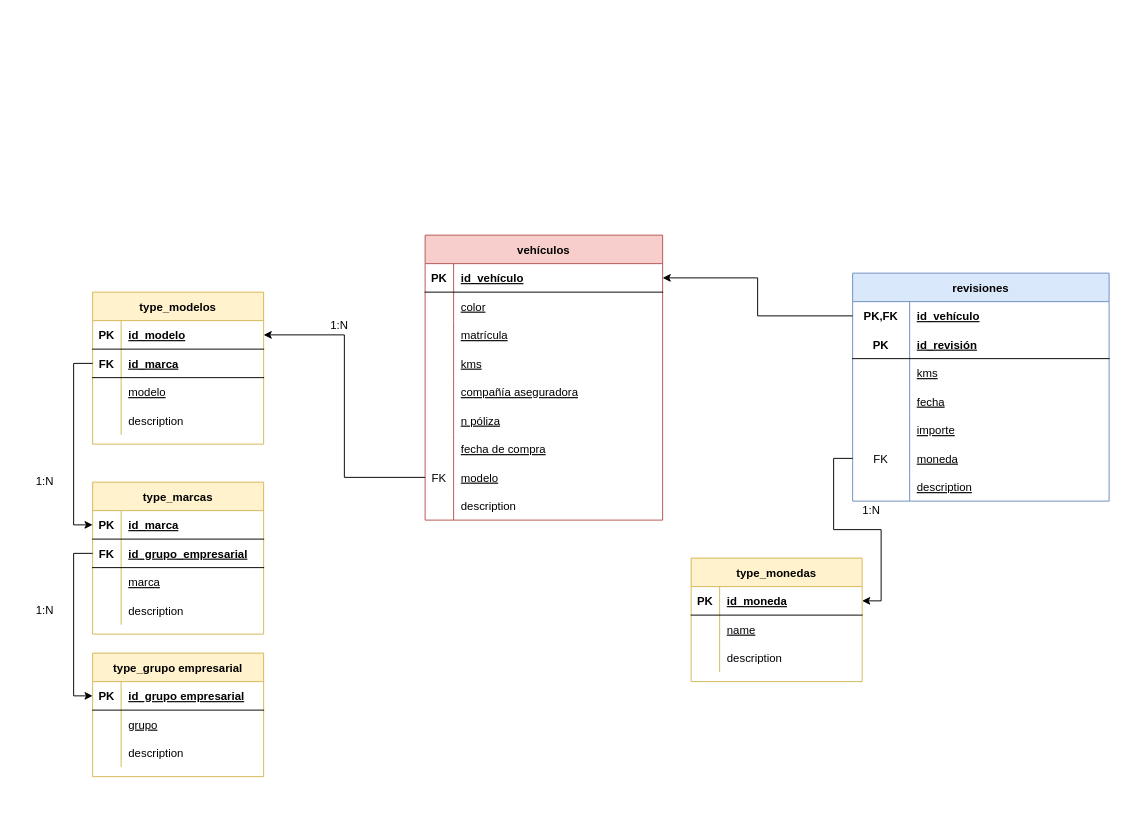
OlgaMarinC/BD---SQL keeps this draw.io diagram as OlgaMarin.drawio. Above is the earlier version. Source tidied: cells renumbered, new cells numbered last; positions are measured from the earlier drawing's top-left corner, leaving out a move shared by most shapes. Both pictures are drawn from the tidied source at 95%, with x=0, y=0 at pixel (16, 235).
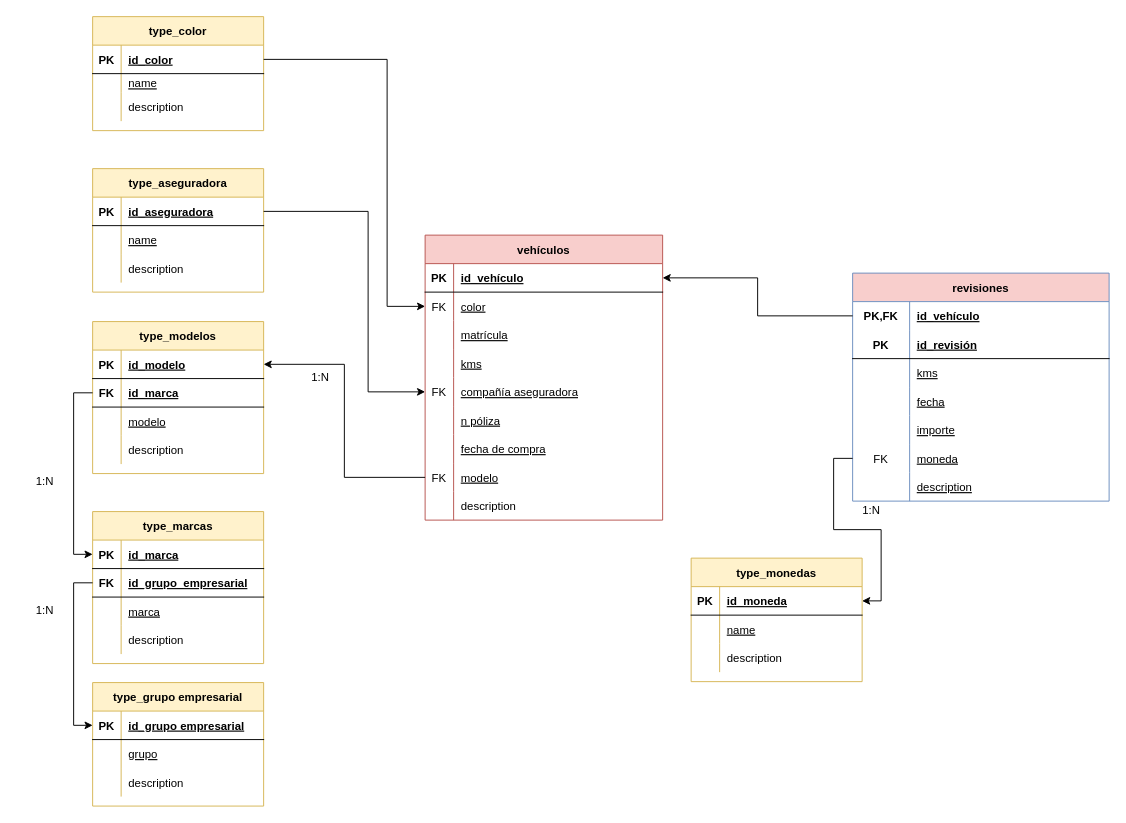
Above is the later version.

Unchanged cells that the change refers to:
```xml
<mxCell id="6" style="shape=partialRectangle;fillColor=none;points=[[0,0.5],[1,0.5]];portConstraint=eastwest;top=0;left=0;right=0;bottom=0;" parent="2" vertex="1">
  <mxGeometry y="60" width="250" height="30" as="geometry" />
</mxCell>
<mxCell id="15" style="shape=partialRectangle;fillColor=none;points=[[0,0.5],[1,0.5]];portConstraint=eastwest;top=0;left=0;right=0;bottom=0;" parent="2" vertex="1">
  <mxGeometry y="150" width="250" height="30" as="geometry" />
</mxCell>
<mxCell id="46" style="shape=tableRow;horizontal=0;startSize=0;swimlaneHead=0;swimlaneBody=0;fillColor=none;points=[[0,0.5],[1,0.5]];portConstraint=eastwest;top=0;left=0;right=0;bottom=1;" parent="45" vertex="1">
  <mxGeometry y="30" width="180" height="30" as="geometry" />
</mxCell>
```

What changed in the source:
```diff
@@
-    <mxCell id="7" style="shape=partialRectangle;overflow=hidden;fillColor=none;top=0;left=0;bottom=0;right=0;" parent="6" vertex="1">
+    <mxCell id="7" value="FK" style="shape=partialRectangle;overflow=hidden;fillColor=none;top=0;left=0;bottom=0;right=0;" parent="6" vertex="1">
       <mxGeometry width="30" height="30" as="geometry" />
     </mxCell>
@@
-    <mxCell id="16" style="shape=partialRectangle;overflow=hidden;fillColor=none;top=0;left=0;bottom=0;right=0;" parent="15" vertex="1">
+    <mxCell id="16" value="FK" style="shape=partialRectangle;overflow=hidden;fillColor=none;top=0;left=0;bottom=0;right=0;" parent="15" vertex="1">
       <mxGeometry width="30" height="30" as="geometry" />
     </mxCell>
@@
     <mxCell id="30" value="type_modelos" style="shape=table;startSize=30;childLayout=tableLayout;rowLines=0;fontStyle=1;align=center;fillColor=#fff2cc;strokeColor=#d6b656;" parent="1" vertex="1">
-      <mxGeometry x="80" y="60" width="180" height="160" as="geometry" />
+      <mxGeometry x="80" y="91" width="180" height="160" as="geometry" />
     </mxCell>
@@
     <mxCell id="44" value="1:N" style="text;html=1;strokeColor=none;fillColor=none;align=center;verticalAlign=middle;whiteSpace=wrap;rounded=0;" parent="1" vertex="1">
-      <mxGeometry x="310" y="80" width="60" height="30" as="geometry" />
+      <mxGeometry x="290" y="135" width="60" height="30" as="geometry" />
     </mxCell>
     <mxCell id="45" value="type_marcas" style="shape=table;startSize=30;childLayout=tableLayout;rowLines=0;fontStyle=1;align=center;fillColor=#fff2cc;strokeColor=#d6b656;" parent="1" vertex="1">
-      <mxGeometry x="80" y="260" width="180" height="160" as="geometry" />
+      <mxGeometry x="80" y="291" width="180" height="160" as="geometry" />
     </mxCell>
@@
-    <mxCell id="59" value="revisiones" style="shape=table;startSize=30;childLayout=tableLayout;rowLines=0;fontStyle=1;align=center;fillColor=#dae8fc;strokeColor=#6c8ebf;" parent="1" vertex="1">
+    <mxCell id="59" value="revisiones" style="shape=table;startSize=30;childLayout=tableLayout;rowLines=0;fontStyle=1;align=center;fillColor=#F8CECC;strokeColor=#6c8ebf;" parent="1" vertex="1">
       <mxGeometry x="880" y="40" width="270" height="240" as="geometry" />
     </mxCell>
@@
     <mxCell id="81" value="type_grupo empresarial" style="shape=table;startSize=30;childLayout=tableLayout;rowLines=0;fontStyle=1;align=center;fillColor=#fff2cc;strokeColor=#d6b656;" parent="1" vertex="1">
-      <mxGeometry x="80" y="440" width="180" height="130" as="geometry" />
+      <mxGeometry x="80" y="471" width="180" height="130" as="geometry" />
     </mxCell>
@@
     <mxCell id="106" style="edgeStyle=orthogonalEdgeStyle;rounded=0;jettySize=auto;html=1;exitX=0;exitY=0.5;exitDx=0;exitDy=0;entryX=0;entryY=0.5;entryDx=0;entryDy=0;" parent="1" edge="1" target="46">
       <mxGeometry relative="1" as="geometry">
-        <mxPoint x="80" y="135" as="sourcePoint" />
+        <mxPoint x="80" y="166" as="sourcePoint" />
         <Array as="points">
-          <mxPoint x="60" y="135" />
-          <mxPoint x="60" y="305" />
+          <mxPoint x="60" y="166" />
+          <mxPoint x="60" y="336" />
         </Array>
       </mxGeometry>
     </mxCell>
@@
+    <mxCell id="108" value="type_aseguradora" style="shape=table;startSize=30;childLayout=tableLayout;rowLines=0;fontStyle=1;align=center;fillColor=#fff2cc;strokeColor=#d6b656;" parent="1" vertex="1">
+      <mxGeometry x="80" y="-70" width="180" height="130" as="geometry" />
+    </mxCell>
+    <mxCell id="109" style="shape=tableRow;horizontal=0;startSize=0;swimlaneHead=0;swimlaneBody=0;fillColor=none;points=[[0,0.5],[1,0.5]];portConstraint=eastwest;top=0;left=0;right=0;bottom=1;" parent="108" vertex="1">
+      <mxGeometry y="30" width="180" height="30" as="geometry" />
+    </mxCell>
+    <mxCell id="110" value="PK" style="shape=partialRectangle;fillColor=none;top=0;left=0;bottom=0;right=0;fontStyle=1;overflow=hidden;" parent="109" vertex="1">
+      <mxGeometry width="30" height="30" as="geometry" />
+    </mxCell>
+    <mxCell id="111" value="id_aseguradora" style="shape=partialRectangle;fillColor=none;top=0;left=0;bottom=0;right=0;align=left;spacingLeft=6;fontStyle=5;overflow=hidden;" parent="109" vertex="1">
+      <mxGeometry x="30" width="150" height="30" as="geometry" />
+    </mxCell>
+    <mxCell id="112" style="shape=tableRow;horizontal=0;startSize=0;swimlaneHead=0;swimlaneBody=0;fillColor=none;top=0;left=0;right=0;bottom=0;" parent="108" vertex="1">
+      <mxGeometry y="60" width="180" height="30" as="geometry" />
+    </mxCell>
+    <mxCell id="113" style="shape=partialRectangle;fillColor=none;top=0;left=0;bottom=0;right=0;overflow=hidden;" parent="112" vertex="1">
+      <mxGeometry width="30" height="30" as="geometry" />
+    </mxCell>
+    <mxCell id="114" value="name" style="shape=partialRectangle;fillColor=none;top=0;left=0;bottom=0;right=0;align=left;spacingLeft=6;overflow=hidden;fontStyle=4;" parent="112" vertex="1">
+      <mxGeometry x="30" width="150" height="30" as="geometry" />
+    </mxCell>
+    <mxCell id="115" style="shape=tableRow;horizontal=0;startSize=0;swimlaneHead=0;swimlaneBody=0;fillColor=none;top=0;left=0;right=0;bottom=0;" parent="108" vertex="1">
+      <mxGeometry y="90" width="180" height="30" as="geometry" />
+    </mxCell>
+    <mxCell id="116" style="shape=partialRectangle;fillColor=none;top=0;left=0;bottom=0;right=0;overflow=hidden;" parent="115" vertex="1">
+      <mxGeometry width="30" height="30" as="geometry" />
+    </mxCell>
+    <mxCell id="117" value="description" style="shape=partialRectangle;fillColor=none;top=0;left=0;bottom=0;right=0;align=left;spacingLeft=6;overflow=hidden;" parent="115" vertex="1">
+      <mxGeometry x="30" width="150" height="30" as="geometry" />
+    </mxCell>
+    <mxCell id="118" value="type_color" style="shape=table;startSize=30;childLayout=tableLayout;rowLines=0;fontStyle=1;align=center;fillColor=#fff2cc;strokeColor=#d6b656;" parent="1" vertex="1">
+      <mxGeometry x="80" y="-230" width="180" height="120" as="geometry" />
+    </mxCell>
+    <mxCell id="119" style="shape=tableRow;horizontal=0;startSize=0;swimlaneHead=0;swimlaneBody=0;fillColor=none;points=[[0,0.5],[1,0.5]];portConstraint=eastwest;top=0;left=0;right=0;bottom=1;" parent="118" vertex="1">
+      <mxGeometry y="30" width="180" height="30" as="geometry" />
+    </mxCell>
+    <mxCell id="120" value="PK" style="shape=partialRectangle;fillColor=none;top=0;left=0;bottom=0;right=0;fontStyle=1;overflow=hidden;" parent="119" vertex="1">
+      <mxGeometry width="30" height="30" as="geometry" />
+    </mxCell>
+    <mxCell id="121" value="id_color" style="shape=partialRectangle;fillColor=none;top=0;left=0;bottom=0;right=0;align=left;spacingLeft=6;fontStyle=5;overflow=hidden;" parent="119" vertex="1">
+      <mxGeometry x="30" width="150" height="30" as="geometry" />
+    </mxCell>
+    <mxCell id="122" style="shape=tableRow;horizontal=0;startSize=0;swimlaneHead=0;swimlaneBody=0;fillColor=none;top=0;left=0;right=0;bottom=0;" parent="118" vertex="1">
+      <mxGeometry y="60" width="180" height="20" as="geometry" />
+    </mxCell>
+    <mxCell id="123" style="shape=partialRectangle;fillColor=none;top=0;left=0;bottom=0;right=0;overflow=hidden;" parent="122" vertex="1">
+      <mxGeometry width="30" height="20" as="geometry" />
+    </mxCell>
+    <mxCell id="124" value="name" style="shape=partialRectangle;fillColor=none;top=0;left=0;bottom=0;right=0;align=left;spacingLeft=6;overflow=hidden;fontStyle=4;" parent="122" vertex="1">
+      <mxGeometry x="30" width="150" height="20" as="geometry" />
+    </mxCell>
+    <mxCell id="125" style="shape=tableRow;horizontal=0;startSize=0;swimlaneHead=0;swimlaneBody=0;fillColor=none;top=0;left=0;right=0;bottom=0;" parent="118" vertex="1">
+      <mxGeometry y="80" width="180" height="30" as="geometry" />
+    </mxCell>
+    <mxCell id="126" style="shape=partialRectangle;fillColor=none;top=0;left=0;bottom=0;right=0;overflow=hidden;" parent="125" vertex="1">
+      <mxGeometry width="30" height="30" as="geometry" />
+    </mxCell>
+    <mxCell id="127" value="description" style="shape=partialRectangle;fillColor=none;top=0;left=0;bottom=0;right=0;align=left;spacingLeft=6;overflow=hidden;" parent="125" vertex="1">
+      <mxGeometry x="30" width="150" height="30" as="geometry" />
+    </mxCell>
+    <mxCell id="128" style="edgeStyle=orthogonalEdgeStyle;rounded=0;jettySize=auto;html=1;exitX=1;exitY=0.5;exitDx=0;exitDy=0;entryX=0;entryY=0.5;entryDx=0;entryDy=0;" parent="1" edge="1" source="109" target="15">
+      <mxGeometry relative="1" as="geometry">
+        <Array as="points">
+          <mxPoint x="370" y="-25" />
+          <mxPoint x="370" y="165" />
+        </Array>
+      </mxGeometry>
+    </mxCell>
+    <mxCell id="129" style="edgeStyle=orthogonalEdgeStyle;rounded=0;jettySize=auto;html=1;exitX=1;exitY=0.5;exitDx=0;exitDy=0;entryX=0;entryY=0.5;entryDx=0;entryDy=0;" parent="1" edge="1" source="119" target="6">
+      <mxGeometry relative="1" as="geometry">
+        <Array as="points">
+          <mxPoint x="390" y="-185" />
+          <mxPoint x="390" y="75" />
+        </Array>
+      </mxGeometry>
+    </mxCell>
```
